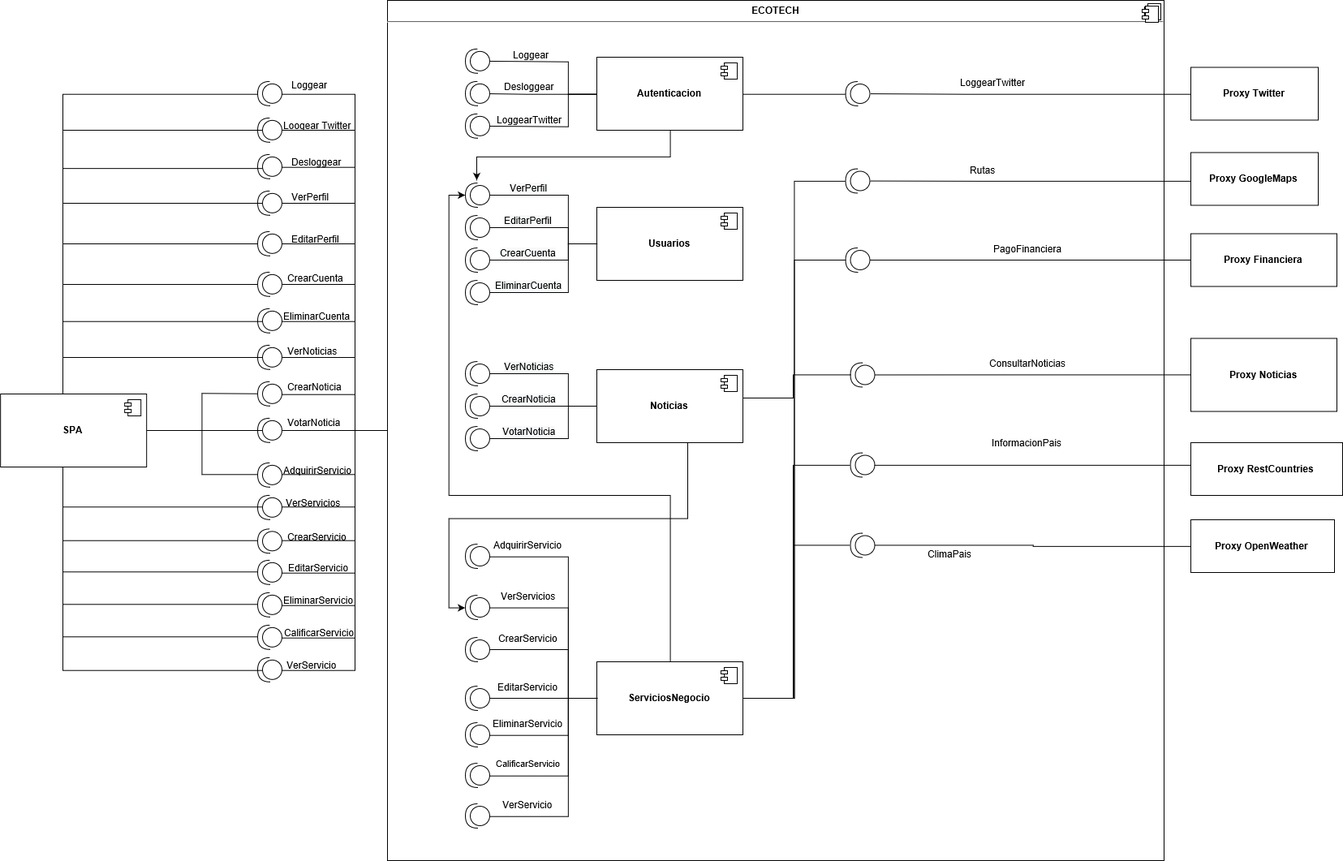
webservices1930/ECOTECH keeps this draw.io diagram as Diagramas/EcoTech Component Diagram.png. Above is the earlier version. Source tidied: cells renumbered, new cells last; positions are measured from the earlier drawing's top-left corner, leaving out a move shared by most shapes.
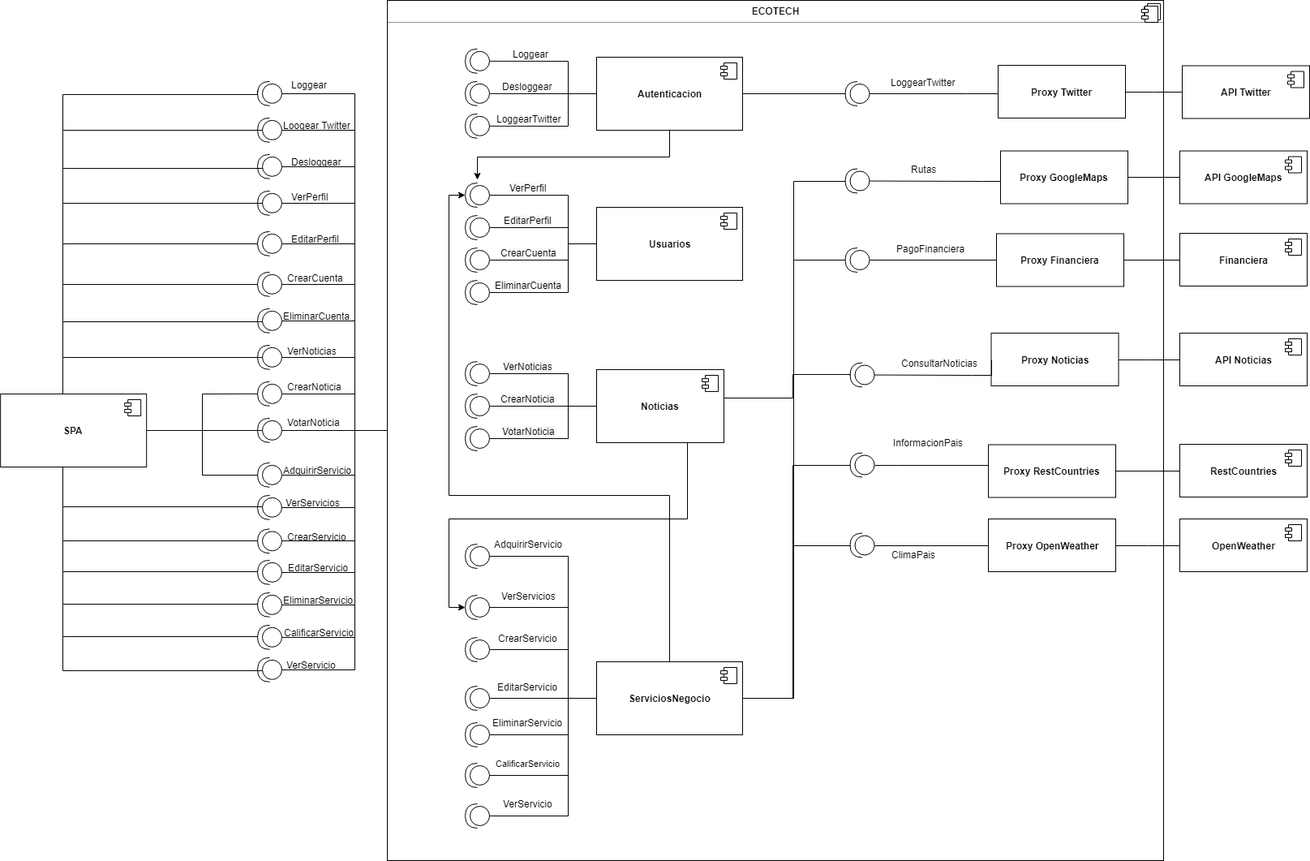
The same diagram one commit later.

Change to the diagram source:
```diff
@@ -172,8 +172,27 @@
         <mxPoint x="-27" y="7" as="offset" />
       </mxGeometry>
     </mxCell>
+    <mxCell id="194" value="&lt;b&gt;Proxy RestCountries&lt;br&gt;&lt;/b&gt;" style="html=1;" parent="29" vertex="1">
+      <mxGeometry x="741" y="547.5" width="157" height="65" as="geometry" />
+    </mxCell>
+    <mxCell id="195" style="edgeStyle=orthogonalEdgeStyle;rounded=0;jettySize=auto;html=1;entryX=0;entryY=0.5;entryDx=0;entryDy=0;endArrow=none;endFill=0;exitX=0;exitY=0.5;exitDx=0;exitDy=0;exitPerimeter=0;" parent="29" edge="1" source="35" target="194">
+      <mxGeometry relative="1" as="geometry">
+        <Array as="points">
+          <mxPoint x="630" y="573" />
+          <mxPoint x="630" y="573" />
+        </Array>
+      </mxGeometry>
+    </mxCell>
+    <mxCell id="196" value="InformacionPais" style="text;html=1;align=center;verticalAlign=middle;labelBackgroundColor=#ffffff;" parent="195" vertex="1">
+      <mxGeometry x="-0.01" y="-2" relative="1" as="geometry">
+        <mxPoint x="-8" y="-30.5" as="offset" />
+      </mxGeometry>
+    </mxCell>
+    <mxCell id="200" style="edgeStyle=orthogonalEdgeStyle;rounded=0;jettySize=auto;html=1;entryX=0;entryY=0.5;entryDx=0;entryDy=0;endArrow=none;endFill=0;" parent="1" edge="1" source="41" target="211">
+      <mxGeometry relative="1" as="geometry" />
+    </mxCell>
     <mxCell id="41" value="&lt;b&gt;Proxy Noticias&lt;br&gt;&lt;/b&gt;" style="html=1;" parent="1" vertex="1">
-      <mxGeometry x="1467" y="416.5" width="180" height="90" as="geometry" />
+      <mxGeometry x="1221.5" y="410" width="157" height="65" as="geometry" />
     </mxCell>
     <mxCell id="42" style="edgeStyle=orthogonalEdgeStyle;rounded=0;orthogonalLoop=1;jettySize=auto;html=1;endArrow=none;endFill=0;" parent="1" edge="1">
       <mxGeometry relative="1" as="geometry">
@@ -562,7 +581,7 @@
       </mxGeometry>
     </mxCell>
     <mxCell id="111" value="&lt;b&gt;Noticias&lt;br&gt;&lt;/b&gt;" style="html=1;" parent="1" vertex="1">
-      <mxGeometry x="735" y="455" width="180" height="90" as="geometry" />
+      <mxGeometry x="735" y="455" width="157" height="90" as="geometry" />
     </mxCell>
     <mxCell id="112" style="shape=component;jettyWidth=8;jettyHeight=4;" parent="111" vertex="1">
       <mxGeometry x="1" width="20" height="20" relative="1" as="geometry">
@@ -919,8 +938,11 @@
     <mxCell id="184" value="VerServicio" style="text;html=1;align=left;verticalAlign=top;spacingTop=-4;" parent="1" vertex="1">
       <mxGeometry x="351" y="810" width="80" height="10" as="geometry" />
     </mxCell>
+    <mxCell id="201" style="edgeStyle=orthogonalEdgeStyle;rounded=0;jettySize=auto;html=1;endArrow=none;endFill=0;" parent="1" edge="1" source="185" target="205">
+      <mxGeometry relative="1" as="geometry" />
+    </mxCell>
     <mxCell id="185" value="&lt;b&gt;Proxy Twitter&lt;br&gt;&lt;/b&gt;" style="html=1;" parent="1" vertex="1">
-      <mxGeometry x="1467" y="82.5" width="157" height="65" as="geometry" />
+      <mxGeometry x="1230" y="80" width="157" height="65" as="geometry" />
     </mxCell>
     <mxCell id="186" style="edgeStyle=orthogonalEdgeStyle;rounded=0;jettySize=auto;html=1;entryX=0;entryY=0.5;entryDx=0;entryDy=0;endArrow=none;endFill=0;" parent="1" edge="1" source="31" target="185">
       <mxGeometry relative="1" as="geometry">
@@ -935,8 +957,11 @@
         <mxPoint x="7.5" y="-15" as="offset" />
       </mxGeometry>
     </mxCell>
+    <mxCell id="202" style="edgeStyle=orthogonalEdgeStyle;rounded=0;jettySize=auto;html=1;entryX=0;entryY=0.5;entryDx=0;entryDy=0;endArrow=none;endFill=0;" parent="1" edge="1" source="188" target="207">
+      <mxGeometry relative="1" as="geometry" />
+    </mxCell>
     <mxCell id="188" value="&lt;b&gt;Proxy GoogleMaps&lt;br&gt;&lt;/b&gt;" style="html=1;" parent="1" vertex="1">
-      <mxGeometry x="1467" y="187.5" width="157" height="65" as="geometry" />
+      <mxGeometry x="1233" y="185.5" width="157" height="65" as="geometry" />
     </mxCell>
     <mxCell id="189" style="edgeStyle=orthogonalEdgeStyle;rounded=0;jettySize=auto;html=1;entryX=0;entryY=0.5;entryDx=0;entryDy=0;endArrow=none;endFill=0;" parent="1" edge="1" source="33" target="188">
       <mxGeometry relative="1" as="geometry">
@@ -951,8 +976,11 @@
         <mxPoint x="14.5" y="-15" as="offset" />
       </mxGeometry>
     </mxCell>
+    <mxCell id="203" style="edgeStyle=orthogonalEdgeStyle;rounded=0;jettySize=auto;html=1;entryX=0;entryY=0.5;entryDx=0;entryDy=0;endArrow=none;endFill=0;" parent="1" edge="1" source="191" target="209">
+      <mxGeometry relative="1" as="geometry" />
+    </mxCell>
     <mxCell id="191" value="&lt;b&gt;Proxy Financiera&lt;br&gt;&lt;/b&gt;" style="html=1;" parent="1" vertex="1">
-      <mxGeometry x="1467" y="287.5" width="180" height="65" as="geometry" />
+      <mxGeometry x="1228" y="287.5" width="157" height="65" as="geometry" />
     </mxCell>
     <mxCell id="192" style="edgeStyle=orthogonalEdgeStyle;rounded=0;jettySize=auto;html=1;entryX=0;entryY=0.5;entryDx=0;entryDy=0;endArrow=none;endFill=0;" parent="1" edge="1" source="32" target="191">
       <mxGeometry relative="1" as="geometry">
@@ -966,24 +994,11 @@
         <mxPoint x="-3" y="28" as="offset" />
       </mxGeometry>
     </mxCell>
-    <mxCell id="194" value="&lt;b&gt;Proxy RestCountries&lt;br&gt;&lt;/b&gt;" style="html=1;" parent="1" vertex="1">
-      <mxGeometry x="1467" y="545" width="187" height="65" as="geometry" />
-    </mxCell>
-    <mxCell id="195" style="edgeStyle=orthogonalEdgeStyle;rounded=0;jettySize=auto;html=1;entryX=0;entryY=0.5;entryDx=0;entryDy=0;endArrow=none;endFill=0;exitX=0;exitY=0.5;exitDx=0;exitDy=0;exitPerimeter=0;" parent="1" edge="1" source="35" target="194">
-      <mxGeometry relative="1" as="geometry">
-        <Array as="points">
-          <mxPoint x="1107" y="573" />
-          <mxPoint x="1107" y="573" />
-        </Array>
-      </mxGeometry>
-    </mxCell>
-    <mxCell id="196" value="InformacionPais" style="text;html=1;align=center;verticalAlign=middle;labelBackgroundColor=#ffffff;" parent="195" vertex="1">
-      <mxGeometry x="-0.01" y="-2" relative="1" as="geometry">
-        <mxPoint x="-8" y="-30.5" as="offset" />
-      </mxGeometry>
-    </mxCell>
+    <mxCell id="204" style="edgeStyle=orthogonalEdgeStyle;rounded=0;jettySize=auto;html=1;entryX=0;entryY=0.5;entryDx=0;entryDy=0;endArrow=none;endFill=0;" parent="1" edge="1" source="197" target="215">
+      <mxGeometry relative="1" as="geometry" />
+    </mxCell>
     <mxCell id="197" value="&lt;b&gt;Proxy OpenWeather&lt;br&gt;&lt;/b&gt;" style="html=1;" parent="1" vertex="1">
-      <mxGeometry x="1467" y="640" width="177" height="65" as="geometry" />
+      <mxGeometry x="1218" y="639" width="157" height="65" as="geometry" />
     </mxCell>
     <mxCell id="198" style="edgeStyle=orthogonalEdgeStyle;rounded=0;jettySize=auto;html=1;exitX=0;exitY=0.5;exitDx=0;exitDy=0;exitPerimeter=0;entryX=0;entryY=0.5;entryDx=0;entryDy=0;endArrow=none;endFill=0;" parent="1" edge="1" source="34" target="197">
       <mxGeometry relative="1" as="geometry" />
@@ -993,5 +1008,56 @@
         <mxPoint x="21" y="8" as="offset" />
       </mxGeometry>
     </mxCell>
+    <mxCell id="205" value="&lt;b&gt;API Twitter&lt;/b&gt;" style="html=1;" parent="1" vertex="1">
+      <mxGeometry x="1457" y="80.5" width="157" height="65" as="geometry" />
+    </mxCell>
+    <mxCell id="206" style="shape=component;jettyWidth=8;jettyHeight=4;" parent="205" vertex="1">
+      <mxGeometry x="1" width="20" height="20" relative="1" as="geometry">
+        <mxPoint x="-27" y="7" as="offset" />
+      </mxGeometry>
+    </mxCell>
+    <mxCell id="207" value="&lt;b&gt;API GoogleMaps&lt;/b&gt;" style="html=1;" parent="1" vertex="1">
+      <mxGeometry x="1454" y="185.5" width="157" height="65" as="geometry" />
+    </mxCell>
+    <mxCell id="208" style="shape=component;jettyWidth=8;jettyHeight=4;" parent="207" vertex="1">
+      <mxGeometry x="1" width="20" height="20" relative="1" as="geometry">
+        <mxPoint x="-27" y="7" as="offset" />
+      </mxGeometry>
+    </mxCell>
+    <mxCell id="209" value="&lt;b&gt;Financiera&lt;/b&gt;" style="html=1;" parent="1" vertex="1">
+      <mxGeometry x="1454" y="287" width="157" height="65" as="geometry" />
+    </mxCell>
+    <mxCell id="210" style="shape=component;jettyWidth=8;jettyHeight=4;" parent="209" vertex="1">
+      <mxGeometry x="1" width="20" height="20" relative="1" as="geometry">
+        <mxPoint x="-27" y="7" as="offset" />
+      </mxGeometry>
+    </mxCell>
+    <mxCell id="211" value="&lt;b&gt;API Noticias&lt;/b&gt;" style="html=1;" parent="1" vertex="1">
+      <mxGeometry x="1454" y="410" width="157" height="65" as="geometry" />
+    </mxCell>
+    <mxCell id="212" style="shape=component;jettyWidth=8;jettyHeight=4;" parent="211" vertex="1">
+      <mxGeometry x="1" width="20" height="20" relative="1" as="geometry">
+        <mxPoint x="-27" y="7" as="offset" />
+      </mxGeometry>
+    </mxCell>
+    <mxCell id="213" value="&lt;b&gt;RestCountries&lt;/b&gt;" style="html=1;" parent="1" vertex="1">
+      <mxGeometry x="1454" y="547" width="157" height="65" as="geometry" />
+    </mxCell>
+    <mxCell id="214" style="shape=component;jettyWidth=8;jettyHeight=4;" parent="213" vertex="1">
+      <mxGeometry x="1" width="20" height="20" relative="1" as="geometry">
+        <mxPoint x="-27" y="7" as="offset" />
+      </mxGeometry>
+    </mxCell>
+    <mxCell id="215" value="&lt;b&gt;OpenWeather&lt;/b&gt;" style="html=1;" parent="1" vertex="1">
+      <mxGeometry x="1454" y="639" width="157" height="65" as="geometry" />
+    </mxCell>
+    <mxCell id="216" style="shape=component;jettyWidth=8;jettyHeight=4;" parent="215" vertex="1">
+      <mxGeometry x="1" width="20" height="20" relative="1" as="geometry">
+        <mxPoint x="-27" y="7" as="offset" />
+      </mxGeometry>
+    </mxCell>
+    <mxCell id="217" style="edgeStyle=orthogonalEdgeStyle;rounded=0;jettySize=auto;html=1;entryX=0;entryY=0.5;entryDx=0;entryDy=0;endArrow=none;endFill=0;" parent="1" edge="1" source="194" target="213">
+      <mxGeometry relative="1" as="geometry" />
+    </mxCell>
   </root>
 </mxGraphModel>
```
